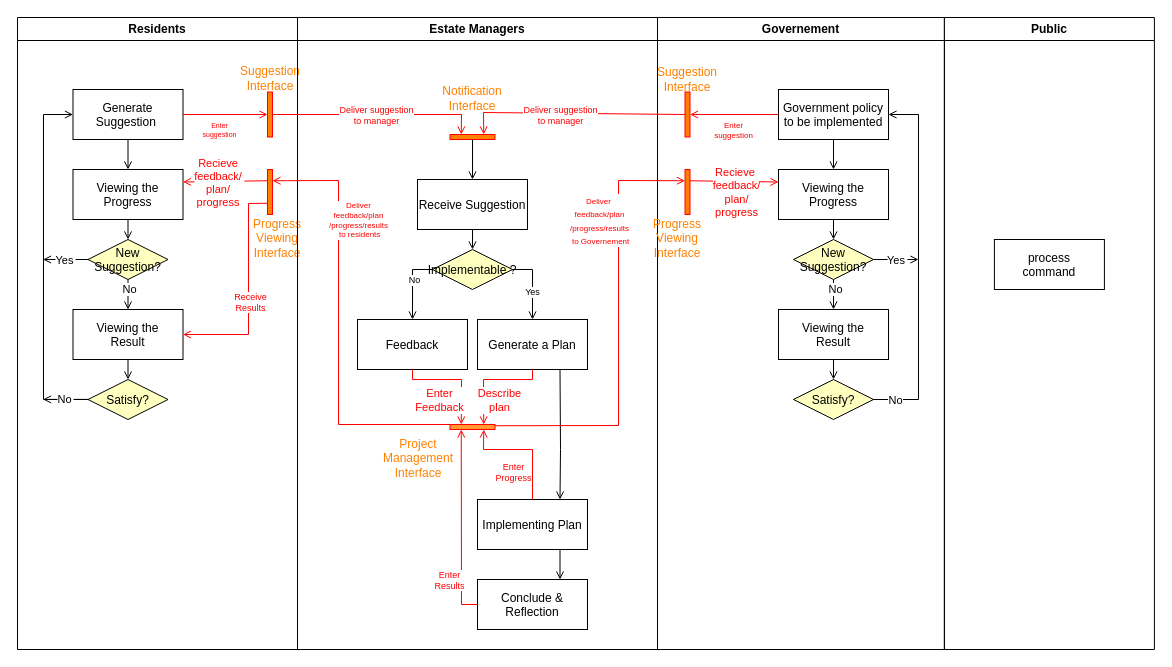
Before: 1.drawio in stevenzhouzh/AProject, a draw.io diagram. Source tidied: cells renumbered, new cells numbered last; positions are measured from the earlier drawing's top-left corner, leaving out a move shared by most shapes. Both pictures are drawn from the tidied source at 100%, with x=0, y=0 at pixel (17, 17).
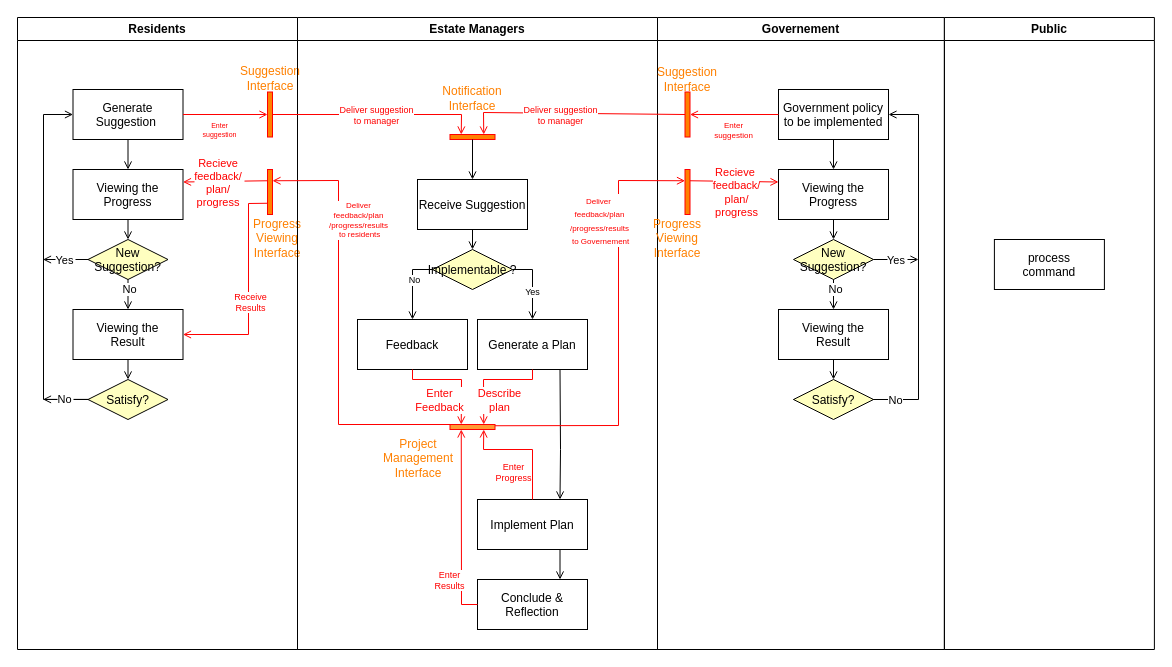
After the change.

The change refers to these unchanged cells:
```xml
<mxCell id="25" value="Estate Managers" style="swimlane;whiteSpace=wrap;" parent="1" vertex="1">
  <mxGeometry x="280" width="360" height="632" as="geometry" />
</mxCell>
```

The edit, as a diff of the source:
```diff
@@
-    <mxCell id="29" value="Implementing Plan" parent="25" vertex="1">
+    <mxCell id="29" value="Implement Plan" parent="25" vertex="1">
       <mxGeometry x="180" y="482" width="110" height="50" as="geometry" />
     </mxCell>
```
